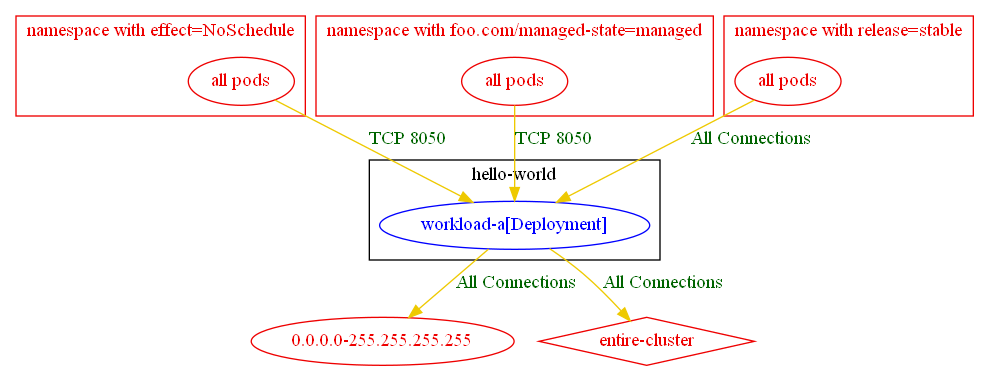
The Graphviz diagram test_outputs/connlist/exposure_test_multiple_unmatched_rules_connlist_output.dot.png in np-guard/netpol-analyzer, before a commit. Its source is kept beside it as test_outputs/connlist/exposure_test_multiple_unmatched_rules_connlist_output.dot.
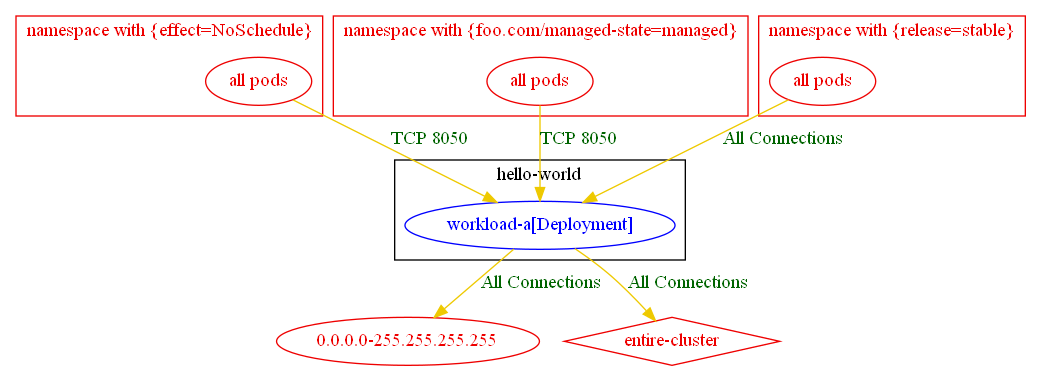
After the commit.

The edit, as a diff of the source:
```diff
@@ -5,29 +5,29 @@
 		"hello-world/workload-a[Deployment]" [label="workload-a[Deployment]" color="blue" fontcolor="blue"]
 		label="hello-world"
 	}
-	subgraph "cluster_namespace with effect=NoSchedule" {
+	subgraph "cluster_namespace with {effect=NoSchedule}" {
 		color="red2"
 		fontcolor="red2"
-		"all pods_in_effect=NoSchedule" [label="all pods" color="red2" fontcolor="red2"]
-		label="namespace with effect=NoSchedule"
+		"all pods_in_namespace with {effect=NoSchedule}" [label="all pods" color="red2" fontcolor="red2"]
+		label="namespace with {effect=NoSchedule}"
 	}
-	subgraph "cluster_namespace with foo.com/managed_state=managed" {
+	subgraph "cluster_namespace with {foo.com/managed_state=managed}" {
 		color="red2"
 		fontcolor="red2"
-		"all pods_in_foo.com/managed-state=managed" [label="all pods" color="red2" fontcolor="red2"]
-		label="namespace with foo.com/managed-state=managed"
+		"all pods_in_namespace with {foo.com/managed-state=managed}" [label="all pods" color="red2" fontcolor="red2"]
+		label="namespace with {foo.com/managed-state=managed}"
 	}
-	subgraph "cluster_namespace with release=stable" {
+	subgraph "cluster_namespace with {release=stable}" {
 		color="red2"
 		fontcolor="red2"
-		"all pods_in_release=stable" [label="all pods" color="red2" fontcolor="red2"]
-		label="namespace with release=stable"
+		"all pods_in_namespace with {release=stable}" [label="all pods" color="red2" fontcolor="red2"]
+		label="namespace with {release=stable}"
 	}
 	"0.0.0.0-255.255.255.255" [label="0.0.0.0-255.255.255.255" color="red2" fontcolor="red2"]
 	"entire-cluster" [label="entire-cluster" color="red2" fontcolor="red2" shape=diamond]
-	"all pods_in_effect=NoSchedule" -> "hello-world/workload-a[Deployment]" [label="TCP 8050" color="gold2" fontcolor="darkgreen"]
-	"all pods_in_foo.com/managed-state=managed" -> "hello-world/workload-a[Deployment]" [label="TCP 8050" color="gold2" fontcolor="darkgreen"]
-	"all pods_in_release=stable" -> "hello-world/workload-a[Deployment]" [label="All Connections" color="gold2" fontcolor="darkgreen"]
+	"all pods_in_namespace with {effect=NoSchedule}" -> "hello-world/workload-a[Deployment]" [label="TCP 8050" color="gold2" fontcolor="darkgreen"]
+	"all pods_in_namespace with {foo.com/managed-state=managed}" -> "hello-world/workload-a[Deployment]" [label="TCP 8050" color="gold2" fontcolor="darkgreen"]
+	"all pods_in_namespace with {release=stable}" -> "hello-world/workload-a[Deployment]" [label="All Connections" color="gold2" fontcolor="darkgreen"]
 	"hello-world/workload-a[Deployment]" -> "0.0.0.0-255.255.255.255" [label="All Connections" color="gold2" fontcolor="darkgreen"]
 	"hello-world/workload-a[Deployment]" -> "entire-cluster" [label="All Connections" color="gold2" fontcolor="darkgreen"]
 }
```
